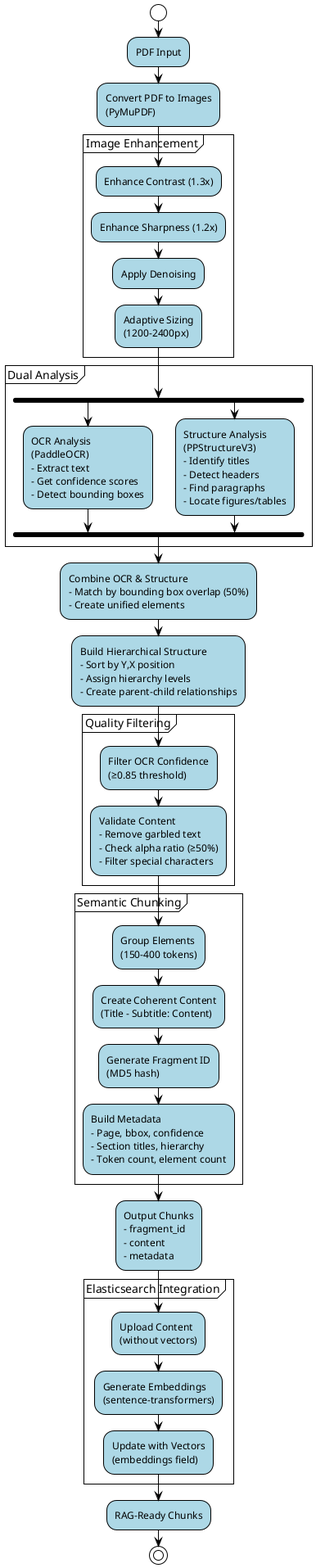
Earlier version of the PlantUML export diagrams/Enhanced Document Processor Activity Diagram.png (devulogi/customocr). Its diagram source:
```plantuml
@startuml Enhanced Document Processor Activity Diagram
!theme plain
skinparam activity {
    BackgroundColor lightblue
    BorderColor black
    FontSize 12
}
skinparam decision {
    BackgroundColor lightyellow
    BorderColor black
}

start

:PDF Input;
:Convert PDF to Images\n(PyMuPDF);

partition "Image Enhancement" {
    :Enhance Contrast (1.3x);
    :Enhance Sharpness (1.2x);
    :Apply Denoising;
    :Adaptive Sizing\n(1200-2400px);
}

partition "Dual Analysis" {
    fork
        :OCR Analysis\n(PaddleOCR)\n- Extract text\n- Get confidence scores\n- Detect bounding boxes;
    fork again
        :Structure Analysis\n(PPStructureV3)\n- Identify titles\n- Detect headers\n- Find paragraphs\n- Locate figures/tables;
    end fork
}

:Combine OCR & Structure\n- Match by bounding box overlap (50%)\n- Create unified elements;

:Build Hierarchical Structure\n- Sort by Y,X position\n- Assign hierarchy levels\n- Create parent-child relationships;

partition "Quality Filtering" {
    :Filter OCR Confidence\n(≥0.85 threshold);
    :Validate Content\n- Remove garbled text\n- Check alpha ratio (≥50%)\n- Filter special characters;
}

partition "Semantic Chunking" {
    :Group Elements\n(150-400 tokens);
    :Create Coherent Content\n(Title - Subtitle: Content);
    :Generate Fragment ID\n(MD5 hash);
    :Build Metadata\n- Page, bbox, confidence\n- Section titles, hierarchy\n- Token count, element count;
}

:Output Chunks\n- fragment_id\n- content\n- metadata;

partition "Elasticsearch Integration" {
    :Upload Content\n(without vectors);
    :Generate Embeddings\n(sentence-transformers);
    :Update with Vectors\n(embeddings field);
}

:RAG-Ready Chunks;

stop

@enduml
```
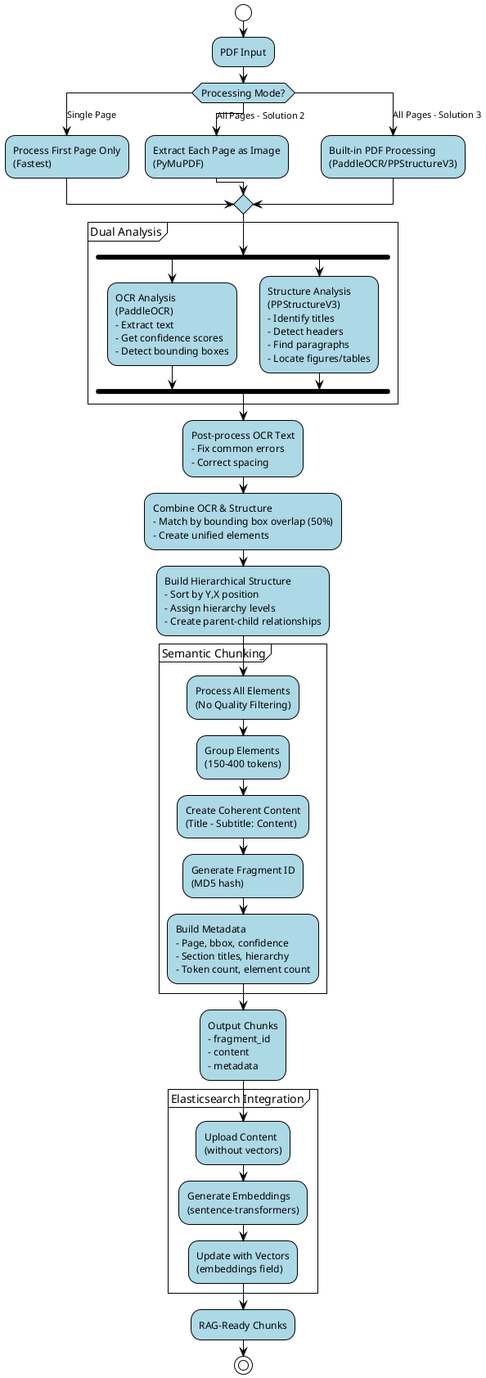
The same file after the commit.

Commit message:
docs: update diagrams to reflect multi-page processing changes

Diff of the diagram source:
```diff
@@ -13,14 +13,15 @@
 start
 
 :PDF Input;
-:Convert PDF to Images\n(PyMuPDF);
 
-partition "Image Enhancement" {
-    :Enhance Contrast (1.3x);
-    :Enhance Sharpness (1.2x);
-    :Apply Denoising;
-    :Adaptive Sizing\n(1200-2400px);
-}
+switch (Processing Mode?)
+case (Single Page)
+    :Process First Page Only\n(Fastest);
+case (All Pages - Solution 2)
+    :Extract Each Page as Image\n(PyMuPDF);
+case (All Pages - Solution 3)
+    :Built-in PDF Processing\n(PaddleOCR/PPStructureV3);
+endswitch
 
 partition "Dual Analysis" {
     fork
@@ -30,16 +31,14 @@
     end fork
 }
 
+:Post-process OCR Text\n- Fix common errors\n- Correct spacing;
+
 :Combine OCR & Structure\n- Match by bounding box overlap (50%)\n- Create unified elements;
 
 :Build Hierarchical Structure\n- Sort by Y,X position\n- Assign hierarchy levels\n- Create parent-child relationships;
 
-partition "Quality Filtering" {
-    :Filter OCR Confidence\n(≥0.85 threshold);
-    :Validate Content\n- Remove garbled text\n- Check alpha ratio (≥50%)\n- Filter special characters;
-}
-
 partition "Semantic Chunking" {
+    :Process All Elements\n(No Quality Filtering);
     :Group Elements\n(150-400 tokens);
     :Create Coherent Content\n(Title - Subtitle: Content);
     :Generate Fragment ID\n(MD5 hash);
```
